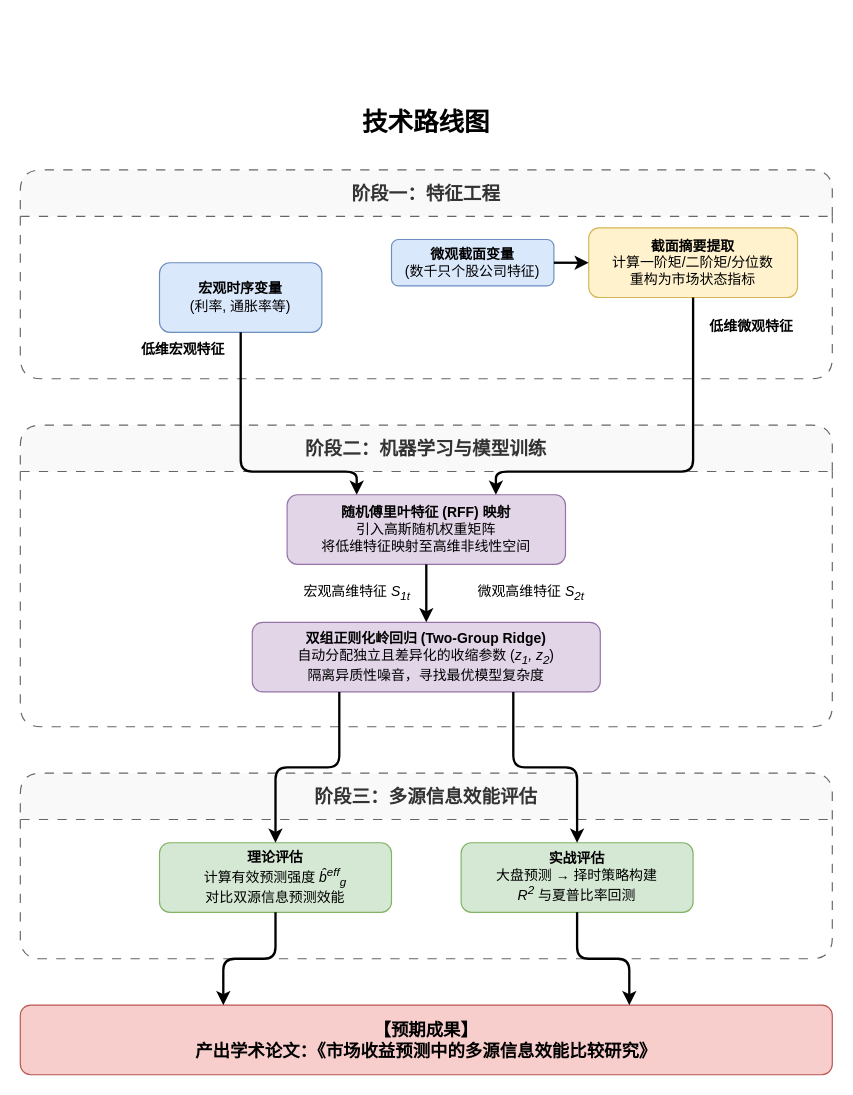
Before: RF大创技术路线图v1.2.drawio in Esther080310/Esther080310, a draw.io diagram. Source tidied: cells renumbered, new cells numbered last; positions are measured from the earlier drawing's top-left corner, leaving out a move shared by most shapes. Both pictures are drawn from the tidied source at 116%, with x=0, y=0 at pixel (20, 100).
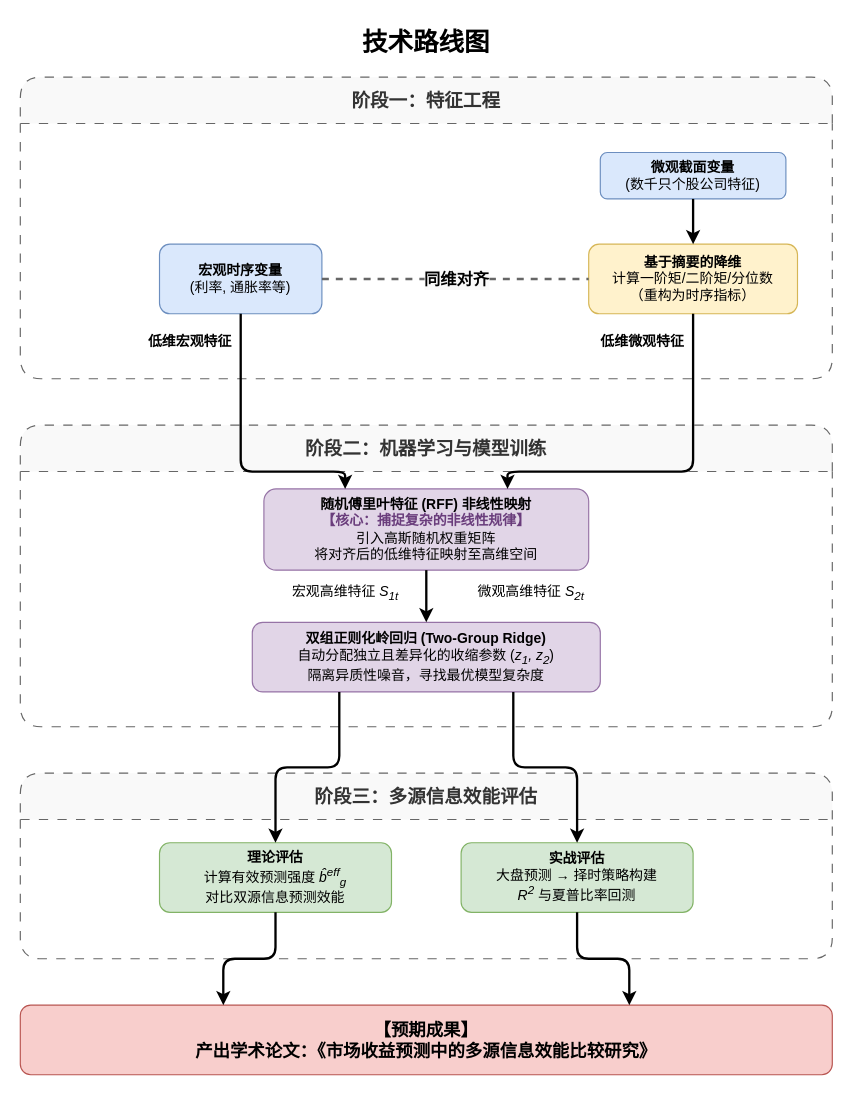
The same diagram, later.

Commit message:
RF大创技术路线图v1.3.drawio

The change refers to these unchanged cells:
```xml
<mxCell id="10" value="&lt;font style=&quot;font-size: 16px;&quot;&gt;&lt;b&gt;阶段二：机器学习与模型训练&lt;/b&gt;&lt;/font&gt;" style="swimlane;whiteSpace=wrap;html=1;dashed=1;dashPattern=8 8;startSize=40;fillColor=#f9f9f9;fontColor=#333333;strokeColor=#666666;rounded=1;" parent="1" vertex="1">
  <mxGeometry y="280" width="700" height="260" as="geometry" />
</mxCell>
```

Change to the diagram source:
```diff
@@
     <mxCell id="2" value="&lt;font style=&quot;font-size: 22px;&quot;&gt;&lt;b&gt;技术路线图&lt;/b&gt;&lt;/font&gt;" style="text;html=1;strokeColor=none;fillColor=none;align=center;verticalAlign=middle;whiteSpace=wrap;rounded=0;" parent="1" vertex="1">
-      <mxGeometry width="700" height="40" as="geometry" />
+      <mxGeometry y="-69" width="700" height="40" as="geometry" />
     </mxCell>
     <mxCell id="3" value="&lt;font style=&quot;font-size: 16px;&quot;&gt;&lt;b&gt;阶段一：特征工程&lt;/b&gt;&lt;/font&gt;" style="swimlane;whiteSpace=wrap;html=1;dashed=1;dashPattern=8 8;startSize=40;fillColor=#f9f9f9;fontColor=#333333;strokeColor=#666666;rounded=1;" parent="1" vertex="1">
-      <mxGeometry y="60" width="700" height="180" as="geometry" />
+      <mxGeometry y="-20" width="700" height="260" as="geometry" />
     </mxCell>
-    <mxCell id="4" value="&lt;b&gt;宏观时序变量&lt;/b&gt;&lt;br&gt;(利率, 通胀率等)" style="rounded=1;whiteSpace=wrap;html=1;fillColor=#dae8fc;strokeColor=#6c8ebf;" parent="3" vertex="1">
-      <mxGeometry x="120" y="80" width="140" height="60" as="geometry" />
-    </mxCell>
     <mxCell id="5" value="&lt;b&gt;微观截面变量&lt;/b&gt;&lt;br&gt;(数千只个股公司特征)" style="rounded=1;whiteSpace=wrap;html=1;fillColor=#dae8fc;strokeColor=#6c8ebf;" parent="3" vertex="1">
-      <mxGeometry x="320" y="60" width="140" height="40" as="geometry" />
+      <mxGeometry x="500" y="65" width="160" height="40" as="geometry" />
     </mxCell>
-    <mxCell id="6" value="&lt;b&gt;截面摘要提取&lt;/b&gt;&lt;br&gt;计算一阶矩/二阶矩/分位数&lt;br&gt;重构为市场状态指标" style="rounded=1;whiteSpace=wrap;html=1;fillColor=#fff2cc;strokeColor=#d6b656;" parent="3" vertex="1">
-      <mxGeometry x="490" y="50" width="180" height="60" as="geometry" />
+    <mxCell id="6" value="&lt;b&gt;基于摘要的降维&lt;/b&gt;&lt;br&gt;计算一阶矩/二阶矩/分位数&lt;br&gt;（重构为时序指标）" style="rounded=1;whiteSpace=wrap;html=1;fillColor=#fff2cc;strokeColor=#d6b656;" parent="3" vertex="1">
+      <mxGeometry x="490" y="144" width="180" height="60" as="geometry" />
     </mxCell>
@@
+    <mxCell id="4" value="&lt;b&gt;宏观时序变量&lt;/b&gt;&lt;br&gt;(利率, 通胀率等)" style="rounded=1;whiteSpace=wrap;html=1;fillColor=#dae8fc;strokeColor=#6c8ebf;" parent="3" vertex="1">
+      <mxGeometry x="120" y="144" width="140" height="60" as="geometry" />
+    </mxCell>
+    <mxCell id="26" style="edgeStyle=none;rounded=0;html=1;endArrow=none;strokeWidth=2;dashed=1;strokeColor=#666666;" parent="3" edge="1" source="4" target="6">
+      <mxGeometry relative="1" as="geometry" />
+    </mxCell>
+    <mxCell id="27" value="同维对齐" style="edgeLabel;html=1;align=center;verticalAlign=middle;fontSize=14;fontStyle=1;labelBackgroundColor=#f9f9f9;" parent="26" vertex="1">
+      <mxGeometry relative="1" as="geometry" />
+    </mxCell>
     <mxCell id="8" value="&lt;b&gt;低维宏观特征&lt;/b&gt;" style="text;html=1;align=center;verticalAlign=middle;strokeColor=none;fillColor=none;" parent="3" vertex="1">
-      <mxGeometry x="90" y="140" width="100" height="30" as="geometry" />
+      <mxGeometry x="96" y="213" width="100" height="30" as="geometry" />
     </mxCell>
     <mxCell id="9" value="&lt;b&gt;低维微观特征&lt;/b&gt;" style="text;html=1;align=center;verticalAlign=middle;strokeColor=none;fillColor=none;" parent="3" vertex="1">
-      <mxGeometry x="580" y="120" width="100" height="30" as="geometry" />
+      <mxGeometry x="486" y="213" width="100" height="30" as="geometry" />
     </mxCell>
@@
-    <mxCell id="11" value="&lt;b&gt;随机傅里叶特征 (RFF) 映射&lt;/b&gt;&lt;br&gt;引入高斯随机权重矩阵&lt;br&gt;将低维特征映射至高维非线性空间" style="rounded=1;whiteSpace=wrap;html=1;fillColor=#e1d5e7;strokeColor=#9673a6;" parent="10" vertex="1">
-      <mxGeometry x="230" y="60" width="240" height="60" as="geometry" />
+    <mxCell id="11" value="&lt;b&gt;随机傅里叶特征 (RFF) 非线性映射&lt;/b&gt;&lt;br&gt;&lt;b style=&quot;color:#6a3d7c;&quot;&gt;【核心：捕捉复杂的非线性规律】&lt;/b&gt;&lt;br&gt;引入高斯随机权重矩阵&lt;br&gt;将对齐后的低维特征映射至高维空间" style="rounded=1;whiteSpace=wrap;html=1;fillColor=#e1d5e7;strokeColor=#9673a6;" parent="10" vertex="1">
+      <mxGeometry x="210" y="55" width="280" height="70" as="geometry" />
     </mxCell>
     <mxCell id="12" value="宏观高维特征 &lt;i&gt;S&lt;sub&gt;1t&lt;/sub&gt;&lt;/i&gt;" style="text;html=1;align=center;verticalAlign=middle;strokeColor=none;fillColor=none;" parent="10" vertex="1">
-      <mxGeometry x="230" y="130" width="120" height="30" as="geometry" />
+      <mxGeometry x="220" y="130" width="120" height="30" as="geometry" />
     </mxCell>
@@
     <mxCell id="20" style="edgeStyle=orthogonalEdgeStyle;rounded=1;html=1;endArrow=classic;strokeWidth=2;entryX=0.25;entryY=0;entryDx=0;entryDy=0;" parent="1" edge="1" source="4" target="11">
       <mxGeometry relative="1" as="geometry">
         <Array as="points">
           <mxPoint x="190" y="320" />
-          <mxPoint x="290" y="320" />
+          <mxPoint x="280" y="320" />
         </Array>
       </mxGeometry>
     </mxCell>
     <mxCell id="21" style="edgeStyle=orthogonalEdgeStyle;rounded=1;html=1;endArrow=classic;strokeWidth=2;entryX=0.75;entryY=0;entryDx=0;entryDy=0;" parent="1" edge="1" source="6" target="11">
       <mxGeometry relative="1" as="geometry">
         <Array as="points">
           <mxPoint x="580" y="320" />
-          <mxPoint x="410" y="320" />
+          <mxPoint x="420" y="320" />
         </Array>
       </mxGeometry>
     </mxCell>
```
